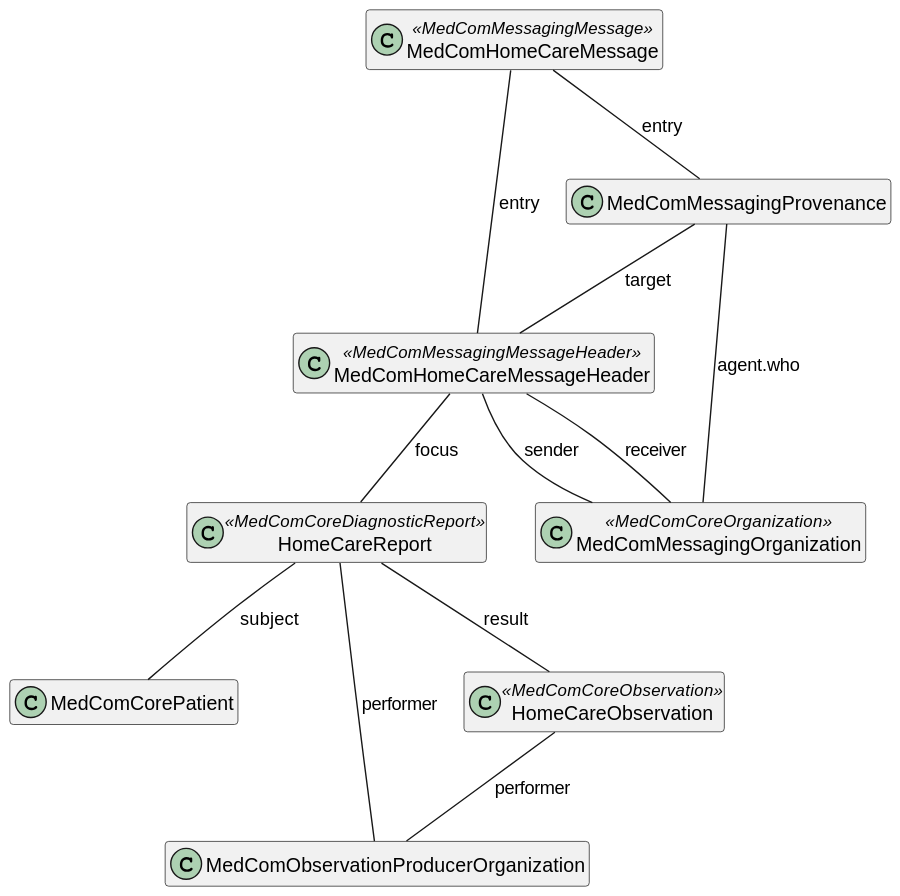
The PlantUML diagram input/images/HomeCareObservation/HomeCareObservationMessage.svg in medcomdk/dk_MunicipalityObservationResults, before a commit.
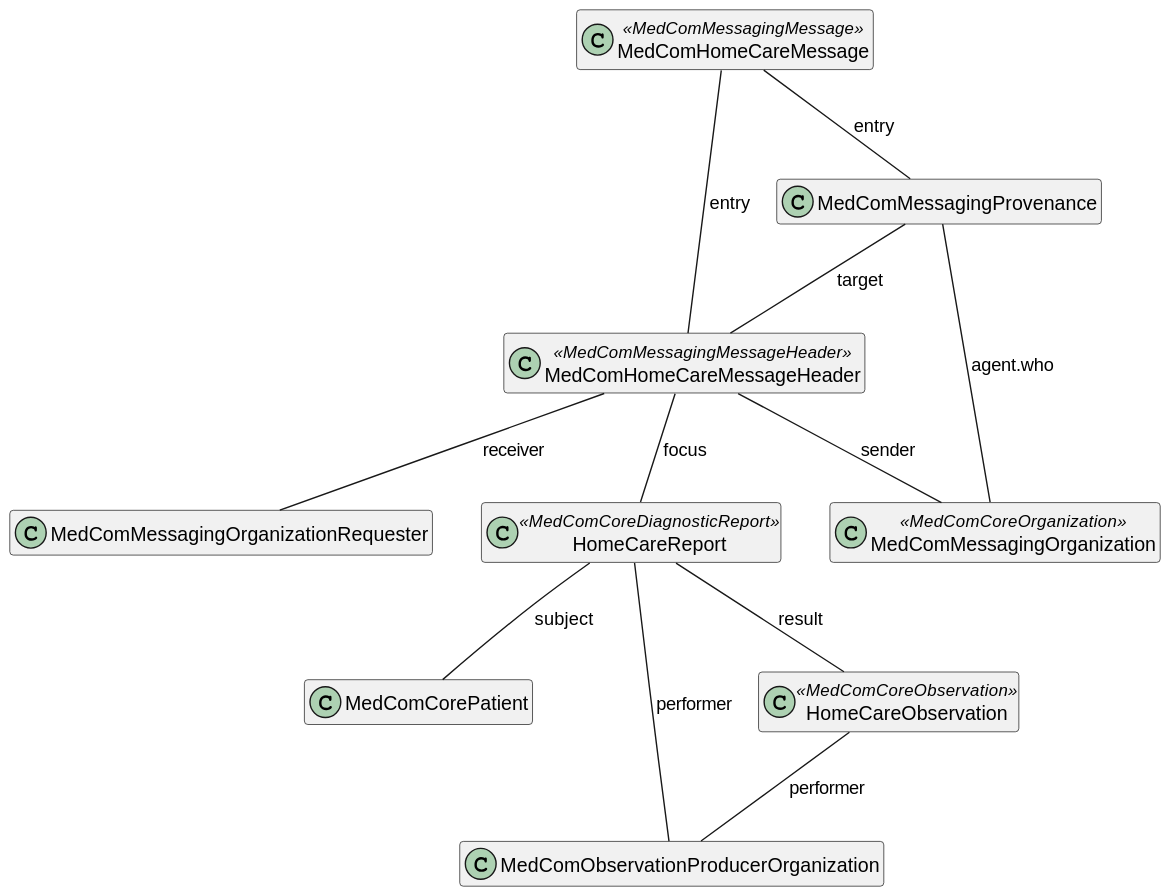
Above is the later version.

Diff of the diagram source:
```diff
@@ -8,6 +8,7 @@
 class "MedComHomeCareMessageHeader" as messageheader <<MedComMessagingMessageHeader>>
 class "MedComMessagingProvenance" as provenance
 class "MedComMessagingOrganization" as messagingOrganization <<MedComCoreOrganization>>
+class "MedComMessagingOrganizationRequester" as observationRequester
 class "MedComCorePatient" as patient
 class "MedComObservationProducerOrganization" as organization
 class "HomeCareReport" as diagnosticReport <<MedComCoreDiagnosticReport>>
@@ -24,7 +25,7 @@
 coreobservation -- organization:"performer"
 
 
-messageheader -- messagingOrganization : "receiver"
+messageheader -- observationRequester : "receiver"
 messageheader -- messagingOrganization : "sender"
 
 @enduml
```
